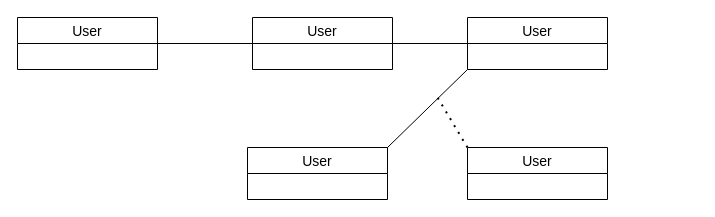
Above: page "dijagram klase" (16 of 16) of Untitled Diagram.drawio in anatomasevic/phpbloog (draw.io), before the change. Source tidied: cells renumbered, new cells numbered last; positions are measured from the earlier drawing's top-left corner, leaving out a move shared by most shapes. Both pictures are drawn from the tidied source at 100%, with x=0, y=0 at pixel (17, 17).
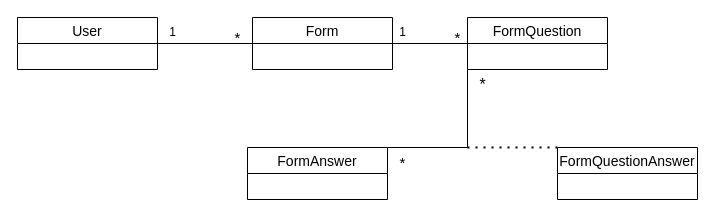
Above is the later version.

What changed in the source:
```diff
@@
 <mxGraphModel>
   <root>
     <mxCell id="0" />
     <mxCell id="1" parent="0" />
     <mxCell id="2" value="User" style="swimlane;fontStyle=0;horizontal=1;startSize=26;fillColor=none;fontSize=14;" parent="1" vertex="1">
       <mxGeometry width="140" height="52" as="geometry" />
     </mxCell>
-    <mxCell id="3" value="User" style="swimlane;fontStyle=0;horizontal=1;startSize=26;fillColor=none;fontSize=14;" parent="1" vertex="1">
+    <mxCell id="3" value="Form" style="swimlane;fontStyle=0;horizontal=1;startSize=26;fillColor=none;fontSize=14;" parent="1" vertex="1">
       <mxGeometry x="235" width="140" height="52" as="geometry" />
     </mxCell>
-    <mxCell id="4" value="User" style="swimlane;fontStyle=0;horizontal=1;startSize=26;fillColor=none;fontSize=14;" parent="1" vertex="1">
+    <mxCell id="4" value="FormQuestion" style="swimlane;fontStyle=0;horizontal=1;startSize=26;fillColor=none;fontSize=14;" parent="1" vertex="1">
       <mxGeometry x="450" width="140" height="52" as="geometry" />
     </mxCell>
-    <mxCell id="5" value="User" style="swimlane;fontStyle=0;horizontal=1;startSize=26;fillColor=none;fontSize=14;" parent="1" vertex="1">
+    <mxCell id="5" value="FormAnswer" style="swimlane;fontStyle=0;horizontal=1;startSize=26;fillColor=none;fontSize=14;" parent="1" vertex="1">
       <mxGeometry x="230" y="130" width="140" height="52" as="geometry" />
     </mxCell>
-    <mxCell id="6" value="User" style="swimlane;fontStyle=0;horizontal=1;startSize=26;fillColor=none;fontSize=14;" parent="1" vertex="1">
-      <mxGeometry x="450" y="130" width="140" height="52" as="geometry" />
+    <mxCell id="6" value="FormQuestionAnswer" style="swimlane;fontStyle=0;horizontal=1;startSize=26;fillColor=none;fontSize=14;" parent="1" vertex="1">
+      <mxGeometry x="540" y="130" width="140" height="52" as="geometry" />
     </mxCell>
     <mxCell id="7" style="endArrow=none;html=1;rounded=0;fontSize=14;exitX=1;exitY=0.5;exitDx=0;exitDy=0;entryX=0;entryY=0.5;entryDx=0;entryDy=0;" parent="1" edge="1" source="2" target="3">
       <mxGeometry relative="1" as="geometry" />
     </mxCell>
     <mxCell id="8" style="endArrow=none;html=1;rounded=0;fontSize=14;entryX=0;entryY=0.5;entryDx=0;entryDy=0;exitX=1;exitY=0.5;exitDx=0;exitDy=0;" parent="1" edge="1" source="3" target="4">
       <mxGeometry relative="1" as="geometry" />
     </mxCell>
     <mxCell id="9" style="endArrow=none;html=1;rounded=0;fontSize=14;entryX=0;entryY=1;entryDx=0;entryDy=0;exitX=1;exitY=0;exitDx=0;exitDy=0;" parent="1" edge="1" source="5" target="4">
-      <mxGeometry relative="1" as="geometry" />
+      <mxGeometry relative="1" as="geometry">
+        <Array as="points">
+          <mxPoint x="450" y="130" />
+        </Array>
+      </mxGeometry>
     </mxCell>
     <mxCell id="10" style="endArrow=none;dashed=1;html=1;dashPattern=1 3;strokeWidth=2;rounded=0;fontSize=14;exitX=0;exitY=0;exitDx=0;exitDy=0;" parent="1" edge="1" source="6">
       <mxGeometry relative="1" as="geometry">
-        <mxPoint x="420" y="80" as="targetPoint" />
+        <mxPoint x="450" y="130" as="targetPoint" />
       </mxGeometry>
     </mxCell>
+    <mxCell id="11" value="*" style="text;html=1;align=center;verticalAlign=middle;strokeColor=none;fillColor=none;fontSize=15;" parent="1" vertex="1">
+      <mxGeometry x="370" y="130" width="30" height="30" as="geometry" />
+    </mxCell>
+    <mxCell id="12" value="*" style="text;html=1;align=center;verticalAlign=middle;strokeColor=none;fillColor=none;fontSize=16;" parent="1" vertex="1">
+      <mxGeometry x="450" y="52" width="30" height="30" as="geometry" />
+    </mxCell>
+    <mxCell id="13" value="*" style="text;html=1;align=center;verticalAlign=middle;strokeColor=none;fillColor=none;fontSize=15;" parent="1" vertex="1">
+      <mxGeometry x="425" y="5" width="30" height="30" as="geometry" />
+    </mxCell>
+    <mxCell id="14" value="1" style="text;html=1;align=center;verticalAlign=middle;strokeColor=none;fillColor=none;fontSize=12;" parent="1" vertex="1">
+      <mxGeometry x="370" width="30" height="30" as="geometry" />
+    </mxCell>
+    <mxCell id="15" value="*" style="text;html=1;align=center;verticalAlign=middle;strokeColor=none;fillColor=none;fontSize=15;" parent="1" vertex="1">
+      <mxGeometry x="205" y="5" width="30" height="30" as="geometry" />
+    </mxCell>
+    <mxCell id="16" value="1" style="text;html=1;align=center;verticalAlign=middle;strokeColor=none;fillColor=none;fontSize=12;" parent="1" vertex="1">
+      <mxGeometry x="140" width="30" height="30" as="geometry" />
+    </mxCell>
   </root>
 </mxGraphModel>
```
